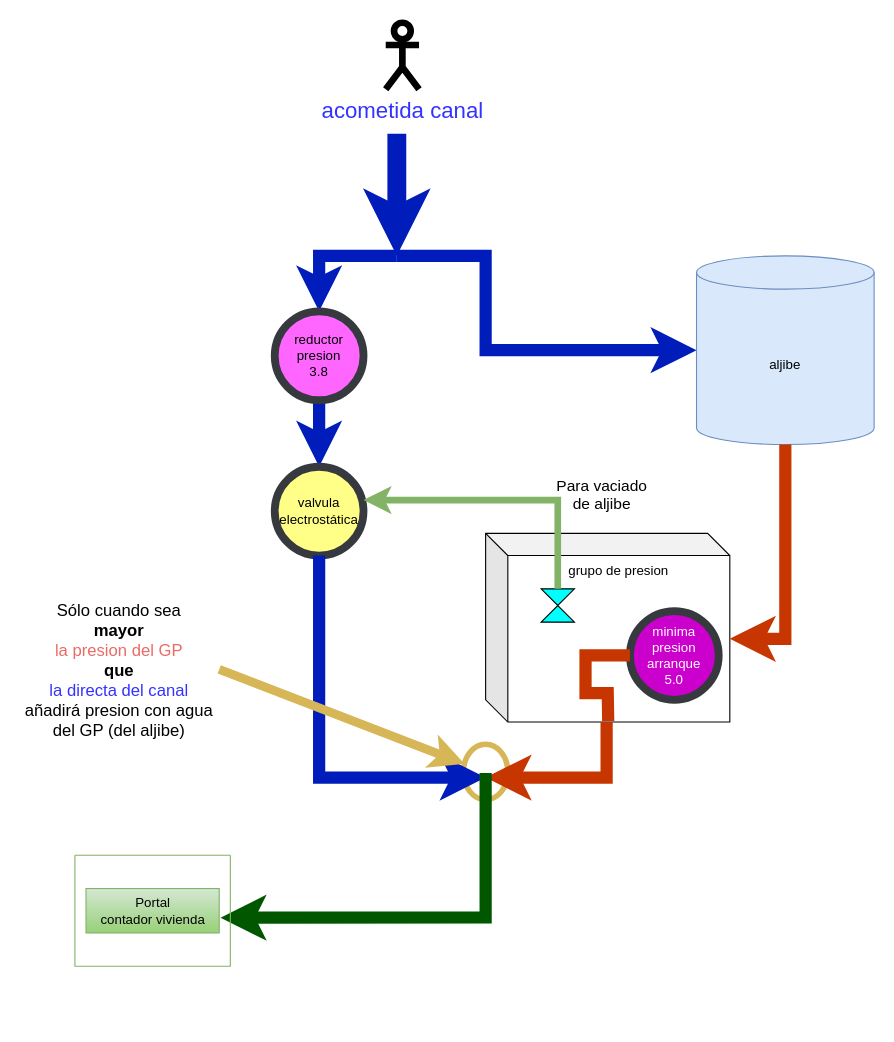
Before: Diagrama sin título.drawio in jeongon/graf.io, a draw.io diagram. Source tidied: cells renumbered, new cells numbered last; positions are measured from the earlier drawing's top-left corner, leaving out a move shared by most shapes. Both pictures are drawn from the tidied source at 111%, with x=0, y=0 at pixel (19, 22).
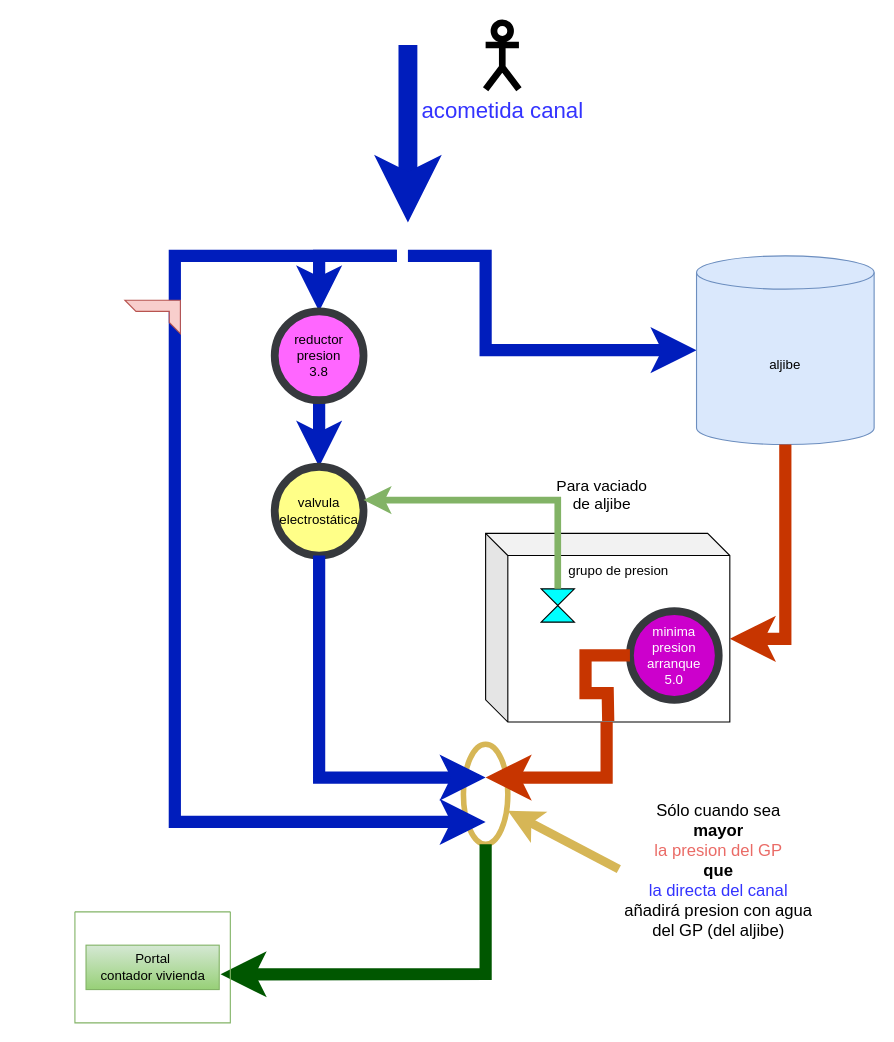
Above is the later version.

The change refers to these unchanged cells:
```xml
<mxCell id="7" value="aljibe" style="shape=cylinder3;whiteSpace=wrap;html=1;boundedLbl=1;backgroundOutline=1;size=15;fillColor=#dae8fc;strokeColor=#6c8ebf;" parent="1" vertex="1">
  <mxGeometry x="610" y="210" width="160" height="170" as="geometry" />
</mxCell>
<mxCell id="15" value="Portal&lt;br&gt;contador vivienda" style="text;html=1;align=center;verticalAlign=middle;points=[];strokeColor=#82b366;fillColor=#d5e8d4;gradientColor=#97d077;" parent="14" vertex="1">
  <mxGeometry x="10" y="30" width="120" height="40" as="geometry" />
</mxCell>
```

The edit, as a diff of the source:
```diff
@@
     <mxCell id="2" style="ellipse;whiteSpace=wrap;html=1;fillColor=none;strokeColor=#d6b656;strokeWidth=5;gradientColor=#ffd966;" parent="1" vertex="1">
-      <mxGeometry x="400" y="650" width="40" height="50" as="geometry" />
+      <mxGeometry x="400" y="650" width="40" height="90" as="geometry" />
     </mxCell>
@@
     <mxCell id="5" style="endArrow=none;html=1;rounded=0;strokeWidth=11;fillColor=#0050ef;strokeColor=#001DBC;exitX=0;exitY=0.5;exitDx=0;exitDy=0;exitPerimeter=0;targetPerimeterSpacing=14;endSize=12;startArrow=classic;startFill=1;" parent="1" edge="1" source="7">
       <mxGeometry relative="1" as="geometry">
-        <mxPoint x="340" y="210" as="targetPoint" />
+        <mxPoint x="350" y="210" as="targetPoint" />
         <Array as="points">
           <mxPoint x="420" y="295" />
           <mxPoint x="420" y="210" />
         </Array>
       </mxGeometry>
     </mxCell>
@@
     <mxCell id="9" value="&lt;font color=&quot;#3333ff&quot; style=&quot;font-size: 20px;&quot;&gt;acometida canal&lt;/font&gt;" style="shape=umlActor;verticalLabelPosition=bottom;verticalAlign=top;html=1;strokeWidth=6;horizontal=1;" parent="1" vertex="1">
-      <mxGeometry x="330" width="30" height="60" as="geometry" />
+      <mxGeometry x="420" width="30" height="60" as="geometry" />
     </mxCell>
@@
     <mxCell id="13" style="endArrow=none;html=1;rounded=0;strokeWidth=11;fillColor=#008a00;strokeColor=#005700;startArrow=classic;startFill=1;exitX=1.01;exitY=0.657;exitDx=0;exitDy=0;exitPerimeter=0;" parent="1" edge="1" source="15">
       <mxGeometry relative="1" as="geometry">
-        <mxPoint x="420" y="676" as="targetPoint" />
+        <mxPoint x="420" y="740" as="targetPoint" />
         <Array as="points">
-          <mxPoint x="420" y="806" />
+          <mxPoint x="420" y="857" />
         </Array>
       </mxGeometry>
     </mxCell>
     <mxCell id="14" style="swimlane;startSize=0;fillColor=#d5e8d4;gradientColor=#97d077;strokeColor=#82b366;" parent="1" vertex="1">
-      <mxGeometry x="50" y="750" width="140" height="100" as="geometry" />
+      <mxGeometry x="50" y="801" width="140" height="100" as="geometry" />
     </mxCell>
@@
-    <mxCell id="16" style="endArrow=classic;html=1;rounded=0;strokeWidth=8;fillColor=#fff2cc;gradientColor=#ffd966;strokeColor=#d6b656;exitX=1;exitY=0.5;exitDx=0;exitDy=0;" parent="1" edge="1" source="23" target="2">
-      <mxGeometry relative="1" as="geometry" />
+    <mxCell id="16" style="endArrow=classic;html=1;rounded=0;strokeWidth=8;fillColor=#fff2cc;gradientColor=#ffd966;strokeColor=#d6b656;exitX=0;exitY=0.5;exitDx=0;exitDy=0;" parent="1" edge="1" source="23">
+      <mxGeometry relative="1" as="geometry">
+        <mxPoint x="440" y="710" as="targetPoint" />
+      </mxGeometry>
     </mxCell>
@@
     <mxCell id="23" value="Sólo cuando sea &lt;br style=&quot;font-size: 15px;&quot;&gt;&lt;b&gt;mayor &lt;br&gt;&lt;/b&gt;&lt;font color=&quot;#ea6b66&quot;&gt;la presion del GP &lt;/font&gt;&lt;br&gt;&lt;b&gt;que &lt;/b&gt;&lt;br&gt;&lt;font color=&quot;#3333ff&quot;&gt;la directa del canal&lt;/font&gt;&lt;br style=&quot;font-size: 15px;&quot;&gt;añadirá presion con agua del GP (del aljibe)" style="text;html=1;strokeColor=none;fillColor=none;align=center;verticalAlign=middle;whiteSpace=wrap;rounded=0;fontSize=15;" parent="1" vertex="1">
-      <mxGeometry y="520" width="180" height="125" as="geometry" />
+      <mxGeometry x="540" y="700" width="180" height="125" as="geometry" />
     </mxCell>
     <mxCell id="24" style="endArrow=none;html=1;rounded=0;strokeWidth=17;fillColor=#0050ef;strokeColor=#001DBC;startArrow=classic;startFill=1;" parent="1" edge="1">
       <mxGeometry relative="1" as="geometry">
-        <mxPoint x="340" y="210" as="sourcePoint" />
-        <mxPoint x="340" y="100" as="targetPoint" />
+        <mxPoint x="350" y="180" as="sourcePoint" />
+        <mxPoint x="350" y="20" as="targetPoint" />
       </mxGeometry>
     </mxCell>
+    <mxCell id="25" style="endArrow=none;html=1;rounded=0;strokeWidth=11;fillColor=#0050ef;strokeColor=#001DBC;targetPerimeterSpacing=11;startArrow=classic;startFill=1;" parent="1" edge="1">
+      <mxGeometry relative="1" as="geometry">
+        <mxPoint x="420" y="720" as="sourcePoint" />
+        <mxPoint x="340" y="210" as="targetPoint" />
+        <Array as="points">
+          <mxPoint x="140" y="720" />
+          <mxPoint x="140" y="210" />
+        </Array>
+      </mxGeometry>
+    </mxCell>
+    <mxCell id="26" style="verticalLabelPosition=bottom;verticalAlign=top;html=1;shape=mxgraph.basic.frame_corner;dx=10;whiteSpace=wrap;rotation=90;fillColor=#f8cecc;strokeColor=#b85450;" parent="1" vertex="1">
+      <mxGeometry x="105" y="240" width="30" height="50" as="geometry" />
+    </mxCell>
```
